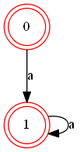
The Graphviz diagram image/test_dfa.png in JameyWoo/re2graph, before a commit. Its source is kept beside it as tmp/test_dfa.dot.
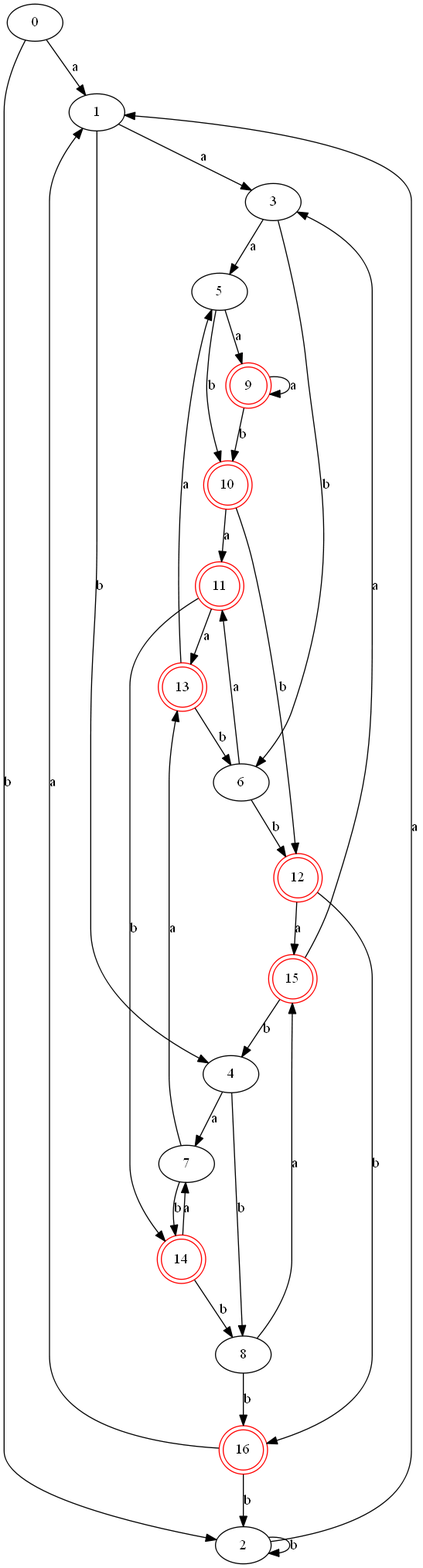
After the commit.

The edit, as a diff of the source:
```diff
@@ -1,6 +1,53 @@
 digraph {
-	0 [label="0" color=red shape=doublecircle]
-	1 [label="1" color=red shape=doublecircle]
+	0 [label="0"]
+	1 [label="1"]
+	2 [label="2"]
+	3 [label="3"]
+	4 [label="4"]
+	5 [label="5"]
+	6 [label="6"]
+	7 [label="7"]
+	8 [label="8"]
+	9 [label="9" color=red shape=doublecircle]
+	10 [label="10" color=red shape=doublecircle]
+	11 [label="11" color=red shape=doublecircle]
+	12 [label="12" color=red shape=doublecircle]
+	13 [label="13" color=red shape=doublecircle]
+	14 [label="14" color=red shape=doublecircle]
+	15 [label="15" color=red shape=doublecircle]
+	16 [label="16" color=red shape=doublecircle]
 	0 -> 1 [label="a"]
-	1 -> 1 [label="a"]
+	0 -> 2 [label="b"]
+	1 -> 3 [label="a"]
+	1 -> 4 [label="b"]
+	2 -> 1 [label="a"]
+	2 -> 2 [label="b"]
+	3 -> 5 [label="a"]
+	3 -> 6 [label="b"]
+	4 -> 7 [label="a"]
+	4 -> 8 [label="b"]
+	5 -> 9 [label="a"]
+	5 -> 10 [label="b"]
+	6 -> 11 [label="a"]
+	6 -> 12 [label="b"]
+	7 -> 13 [label="a"]
+	7 -> 14 [label="b"]
+	8 -> 15 [label="a"]
+	8 -> 16 [label="b"]
+	9 -> 9 [label="a"]
+	9 -> 10 [label="b"]
+	10 -> 11 [label="a"]
+	10 -> 12 [label="b"]
+	11 -> 13 [label="a"]
+	11 -> 14 [label="b"]
+	12 -> 15 [label="a"]
+	12 -> 16 [label="b"]
+	13 -> 5 [label="a"]
+	13 -> 6 [label="b"]
+	14 -> 7 [label="a"]
+	14 -> 8 [label="b"]
+	15 -> 3 [label="a"]
+	15 -> 4 [label="b"]
+	16 -> 1 [label="a"]
+	16 -> 2 [label="b"]
 }
```
